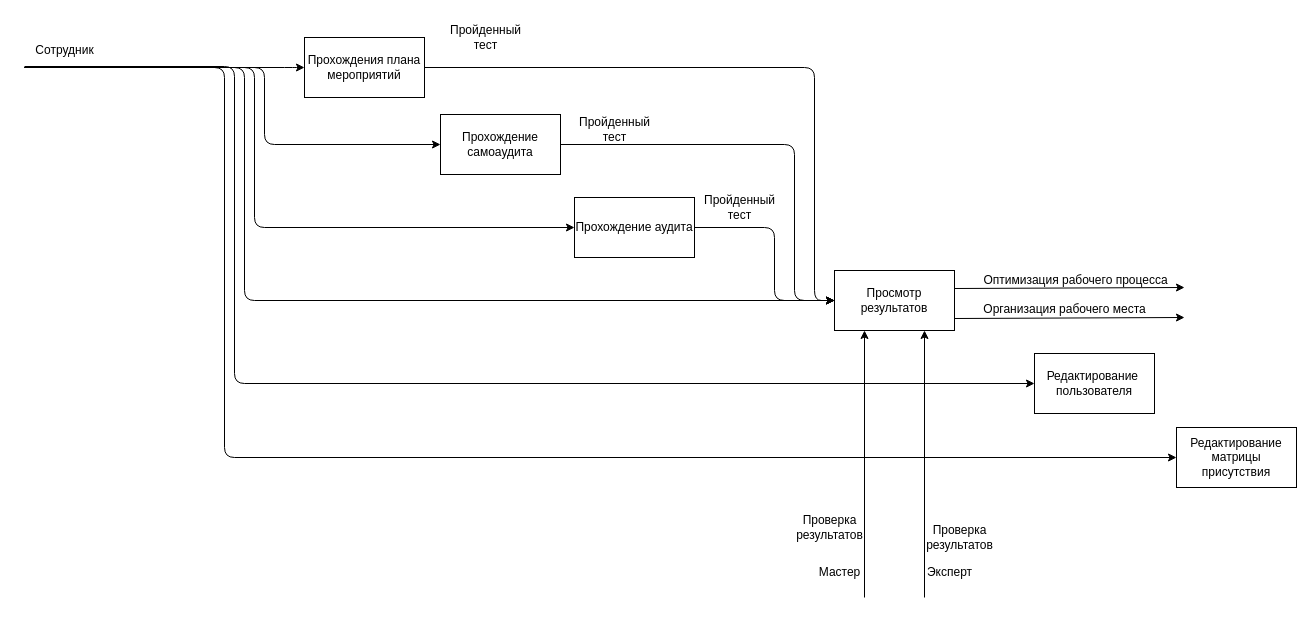
Vlad-Efremovv/kursach keeps this draw.io diagram as page "A!" (5 of 26) of Диплом.drawio. Above is the earlier version. Source tidied: cells renumbered, new cells numbered last; positions are measured from the earlier drawing's top-left corner, leaving out a move shared by most shapes. Both pictures are drawn from the tidied source at 100%, with x=0, y=0 at pixel (24, 17).
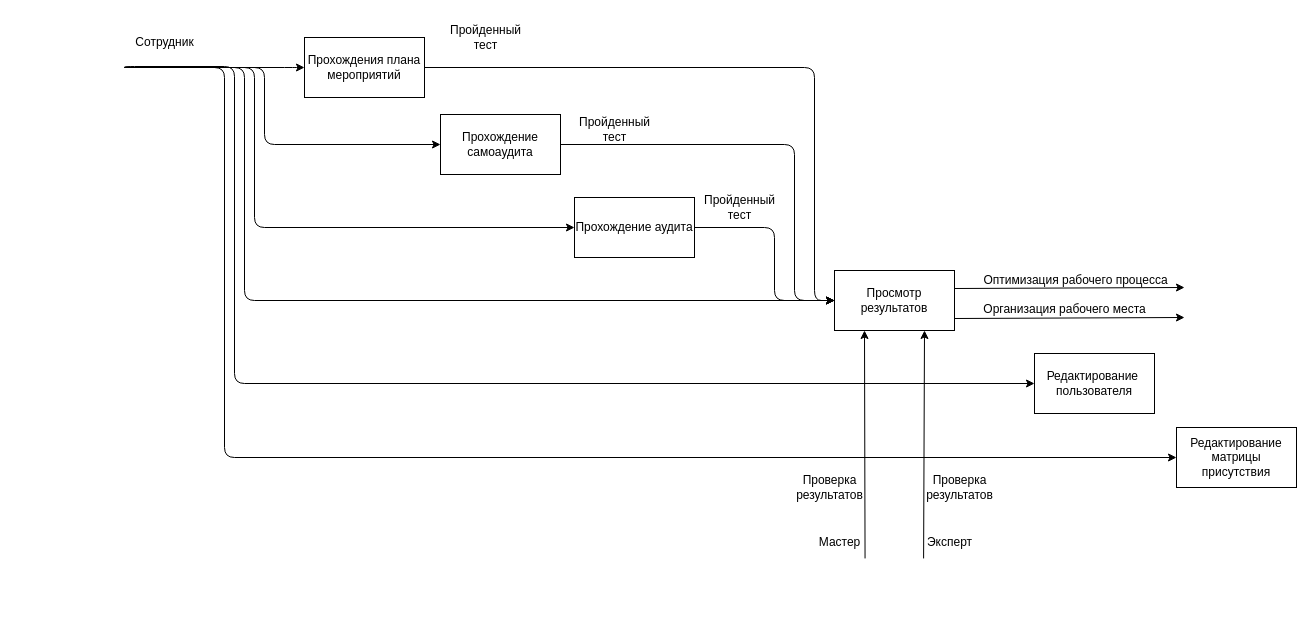
The same page after the edit.

Unchanged cells that the change refers to:
```xml
<mxCell id="3" value="Прохождение самоаудита" style="rounded=0;whiteSpace=wrap;html=1;" parent="1" vertex="1">
  <mxGeometry x="416" y="97" width="120" height="60" as="geometry" />
</mxCell>
<mxCell id="5" value="Прохождение аудита" style="rounded=0;whiteSpace=wrap;html=1;" parent="1" vertex="1">
  <mxGeometry x="550" y="180" width="120" height="60" as="geometry" />
</mxCell>
<mxCell id="6" value="Просмотр результатов" style="rounded=0;whiteSpace=wrap;html=1;" parent="1" vertex="1">
  <mxGeometry x="810" y="253" width="120" height="60" as="geometry" />
</mxCell>
<mxCell id="7" value="Редактирование&amp;nbsp;&lt;div&gt;пользователя&lt;/div&gt;" style="rounded=0;whiteSpace=wrap;html=1;" parent="1" vertex="1">
  <mxGeometry x="1010" y="336" width="120" height="60" as="geometry" />
</mxCell>
<mxCell id="21" value="Прохождения плана мероприятий" style="rounded=0;whiteSpace=wrap;html=1;" parent="1" vertex="1">
  <mxGeometry x="280" y="20" width="120" height="60" as="geometry" />
</mxCell>
<mxCell id="28" value="Редактирование матрицы присутствия" style="rounded=0;whiteSpace=wrap;html=1;" parent="1" vertex="1">
  <mxGeometry x="1152" y="410" width="120" height="60" as="geometry" />
</mxCell>
```

Diff of the diagram source:
```diff
@@
-    <mxCell id="14" style="endArrow=classic;html=1;rounded=0;entryX=0.75;entryY=1;entryDx=0;entryDy=0;" parent="1" edge="1" target="6">
-      <mxGeometry relative="1" as="geometry">
-        <mxPoint x="900" y="580" as="sourcePoint" />
-      </mxGeometry>
+    <mxCell id="14" style="endArrow=classic;html=1;rounded=0;entryX=0.75;entryY=1;entryDx=0;entryDy=0;exitX=0.13;exitY=1.031;exitDx=0;exitDy=0;exitPerimeter=0;" parent="1" edge="1" source="15" target="6">
+      <mxGeometry relative="1" as="geometry" />
     </mxCell>
     <mxCell id="15" value="Эксперт" style="text;html=1;align=center;verticalAlign=middle;points=[];strokeColor=none;fillColor=none;" parent="1" vertex="1">
-      <mxGeometry x="890" y="540" width="70" height="30" as="geometry" />
+      <mxGeometry x="890" y="510" width="70" height="30" as="geometry" />
     </mxCell>
-    <mxCell id="16" style="endArrow=classic;html=1;rounded=0;entryX=0.25;entryY=1;entryDx=0;entryDy=0;" parent="1" edge="1" target="6">
-      <mxGeometry relative="1" as="geometry">
-        <mxPoint x="840" y="580" as="sourcePoint" />
-      </mxGeometry>
+    <mxCell id="16" style="endArrow=classic;html=1;rounded=0;entryX=0.25;entryY=1;entryDx=0;entryDy=0;exitX=0.865;exitY=1.031;exitDx=0;exitDy=0;exitPerimeter=0;" parent="1" edge="1" source="17" target="6">
+      <mxGeometry relative="1" as="geometry" />
     </mxCell>
     <mxCell id="17" value="Мастер" style="text;html=1;align=center;verticalAlign=middle;points=[];strokeColor=none;fillColor=none;" parent="1" vertex="1">
-      <mxGeometry x="780" y="540" width="70" height="30" as="geometry" />
+      <mxGeometry x="780" y="510" width="70" height="30" as="geometry" />
     </mxCell>
     <mxCell id="18" value="Проверка&lt;div&gt;результатов&lt;/div&gt;" style="text;html=1;align=center;verticalAlign=middle;strokeColor=none;fillColor=none;" parent="1" vertex="1">
-      <mxGeometry x="760" y="490" width="90" height="40" as="geometry" />
+      <mxGeometry x="760" y="450" width="90" height="40" as="geometry" />
     </mxCell>
     <mxCell id="19" value="Проверка&lt;div&gt;результатов&lt;/div&gt;" style="text;html=1;align=center;verticalAlign=middle;strokeColor=none;fillColor=none;" parent="1" vertex="1">
-      <mxGeometry x="890" y="500" width="90" height="40" as="geometry" />
+      <mxGeometry x="890" y="450" width="90" height="40" as="geometry" />
     </mxCell>
@@
     <mxCell id="22" style="edgeStyle=orthogonalEdgeStyle;rounded=1;jettySize=auto;html=1;entryX=0;entryY=0.5;entryDx=0;entryDy=0;curved=0;" parent="1" edge="1" target="7">
       <mxGeometry relative="1" as="geometry">
-        <mxPoint y="49" as="sourcePoint" />
+        <mxPoint x="100" y="50" as="sourcePoint" />
         <Array as="points">
           <mxPoint x="210" y="49" />
           <mxPoint x="210" y="366" />
         </Array>
       </mxGeometry>
     </mxCell>
     <mxCell id="23" style="edgeStyle=orthogonalEdgeStyle;rounded=1;jettySize=auto;html=1;entryX=0;entryY=0.5;entryDx=0;entryDy=0;curved=0;" parent="1" edge="1" target="6">
       <mxGeometry relative="1" as="geometry">
-        <mxPoint y="50" as="sourcePoint" />
+        <mxPoint x="100" y="50" as="sourcePoint" />
         <Array as="points">
-          <mxPoint y="50" />
           <mxPoint x="220" y="50" />
           <mxPoint x="220" y="283" />
         </Array>
       </mxGeometry>
     </mxCell>
     <mxCell id="24" style="edgeStyle=orthogonalEdgeStyle;rounded=1;jettySize=auto;html=1;entryX=0;entryY=0.5;entryDx=0;entryDy=0;curved=0;" parent="1" edge="1" target="5">
       <mxGeometry relative="1" as="geometry">
-        <mxPoint y="50" as="sourcePoint" />
+        <mxPoint x="110" y="50" as="sourcePoint" />
         <Array as="points">
           <mxPoint x="230" y="50" />
           <mxPoint x="230" y="210" />
         </Array>
       </mxGeometry>
     </mxCell>
     <mxCell id="25" style="edgeStyle=orthogonalEdgeStyle;rounded=1;jettySize=auto;html=1;entryX=0;entryY=0.5;entryDx=0;entryDy=0;curved=0;" parent="1" edge="1" target="3">
       <mxGeometry relative="1" as="geometry">
-        <mxPoint y="50" as="sourcePoint" />
+        <mxPoint x="120" y="50" as="sourcePoint" />
         <Array as="points">
-          <mxPoint y="50" />
           <mxPoint x="240" y="50" />
           <mxPoint x="240" y="127" />
         </Array>
       </mxGeometry>
     </mxCell>
     <mxCell id="26" style="edgeStyle=orthogonalEdgeStyle;rounded=1;jettySize=auto;html=1;curved=0;entryX=0;entryY=0.5;entryDx=0;entryDy=0;" parent="1" edge="1" target="21">
       <mxGeometry relative="1" as="geometry">
-        <mxPoint y="50" as="sourcePoint" />
+        <mxPoint x="100" y="50" as="sourcePoint" />
         <Array as="points">
           <mxPoint x="270" y="50" />
         </Array>
       </mxGeometry>
     </mxCell>
     <mxCell id="27" value="Сотрудник" style="text;html=1;align=center;verticalAlign=middle;strokeColor=none;fillColor=none;" parent="1" vertex="1">
-      <mxGeometry y="18" width="80" height="30" as="geometry" />
+      <mxGeometry x="100" y="10" width="80" height="30" as="geometry" />
     </mxCell>
@@
     <mxCell id="29" style="edgeStyle=orthogonalEdgeStyle;rounded=1;jettySize=auto;html=1;entryX=0;entryY=0.5;entryDx=0;entryDy=0;curved=0;" parent="1" edge="1" target="28">
       <mxGeometry relative="1" as="geometry">
-        <mxPoint y="50" as="sourcePoint" />
+        <mxPoint x="100" y="50" as="sourcePoint" />
         <Array as="points">
-          <mxPoint x="10" y="50" />
           <mxPoint x="200" y="50" />
           <mxPoint x="200" y="440" />
         </Array>
       </mxGeometry>
     </mxCell>
```
